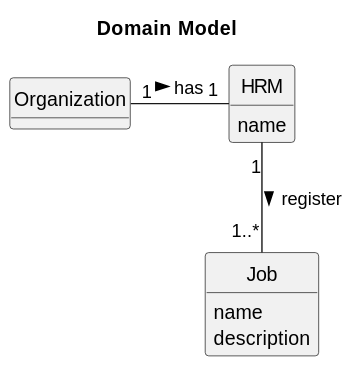
Above: docs/sprintA&B/us002/02.analysis/svg/us002-domain-model.svg in daniel41silva05/ISEP_2023_2024_LAPR2 (PlantUML), before the change.
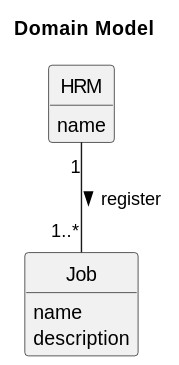
The same diagram one commit later.

What changed in the source:
```diff
@@ -12,9 +12,6 @@
 
 title Domain Model
 
-class Organization {
-
-}
 
 class Job {
     name
@@ -28,6 +25,5 @@
 }
 
 
-Organization "1" - "1" HRM: has >
 HRM "1" -- "1..*" Job : register   >
 @enduml
```
